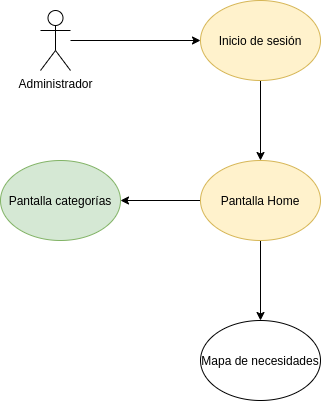
Above: assets/CasoDeUsoEntrega2.png in TTIP-UNQ-Team10/Mapping-Platform-Documentation (draw.io), before the change. Source tidied: cells renumbered, new cells last; positions are measured from the earlier drawing's top-left corner, leaving out a move shared by most shapes. Source of this version:
```xml
<mxGraphModel>
  <root>
    <mxCell id="0" />
    <mxCell id="1" parent="0" />
    <mxCell id="2" style="edgeStyle=orthogonalEdgeStyle;rounded=0;jettySize=auto;html=1;entryX=0;entryY=0.5;entryDx=0;entryDy=0;" parent="1" edge="1" source="3" target="5">
      <mxGeometry relative="1" as="geometry" />
    </mxCell>
    <mxCell id="3" value="Administrador" style="shape=umlActor;verticalLabelPosition=bottom;labelBackgroundColor=#ffffff;verticalAlign=top;html=1;outlineConnect=0;" parent="1" vertex="1">
      <mxGeometry x="40" y="10" width="30" height="60" as="geometry" />
    </mxCell>
    <mxCell id="4" style="edgeStyle=orthogonalEdgeStyle;rounded=0;jettySize=auto;html=1;" parent="1" edge="1" source="5" target="8">
      <mxGeometry relative="1" as="geometry" />
    </mxCell>
    <mxCell id="5" value="Inicio de sesión" style="ellipse;whiteSpace=wrap;html=1;fillColor=#fff2cc;strokeColor=#d6b656;" parent="1" vertex="1">
      <mxGeometry x="200" width="120" height="80" as="geometry" />
    </mxCell>
    <mxCell id="6" style="edgeStyle=orthogonalEdgeStyle;rounded=0;jettySize=auto;html=1;" parent="1" edge="1" source="8" target="10">
      <mxGeometry relative="1" as="geometry" />
    </mxCell>
    <mxCell id="7" style="edgeStyle=orthogonalEdgeStyle;rounded=0;jettySize=auto;html=1;" parent="1" edge="1" source="8" target="9">
      <mxGeometry relative="1" as="geometry" />
    </mxCell>
    <mxCell id="8" value="Pantalla Home" style="ellipse;whiteSpace=wrap;html=1;fillColor=#fff2cc;strokeColor=#d6b656;" parent="1" vertex="1">
      <mxGeometry x="200" y="160" width="120" height="80" as="geometry" />
    </mxCell>
    <mxCell id="9" value="Pantalla categorías" style="ellipse;whiteSpace=wrap;html=1;fillColor=#d5e8d4;strokeColor=#82b366;" parent="1" vertex="1">
      <mxGeometry y="160" width="120" height="80" as="geometry" />
    </mxCell>
    <mxCell id="10" value="Mapa de necesidades" style="ellipse;whiteSpace=wrap;html=1;" parent="1" vertex="1">
      <mxGeometry x="200" y="320" width="120" height="80" as="geometry" />
    </mxCell>
  </root>
</mxGraphModel>
```
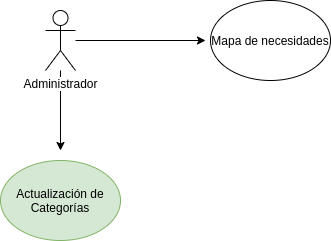
The same file after the commit.

Change to the diagram source:
```diff
@@ -2,32 +2,24 @@
   <root>
     <mxCell id="0" />
     <mxCell id="1" parent="0" />
-    <mxCell id="2" style="edgeStyle=orthogonalEdgeStyle;rounded=0;jettySize=auto;html=1;entryX=0;entryY=0.5;entryDx=0;entryDy=0;" parent="1" edge="1" source="3" target="5">
-      <mxGeometry relative="1" as="geometry" />
+    <mxCell id="2" style="edgeStyle=orthogonalEdgeStyle;rounded=0;jettySize=auto;html=1;entryX=0;entryY=0.5;entryDx=0;entryDy=0;" parent="1" edge="1" source="3">
+      <mxGeometry relative="1" as="geometry">
+        <mxPoint x="200" y="40" as="targetPoint" />
+      </mxGeometry>
     </mxCell>
+    <mxCell id="11" style="edgeStyle=orthogonalEdgeStyle;rounded=0;jettySize=auto;html=1;" parent="1" edge="1" source="3">
+      <mxGeometry relative="1" as="geometry">
+        <mxPoint x="55" y="150" as="targetPoint" />
+      </mxGeometry>
+    </mxCell>
     <mxCell id="3" value="Administrador" style="shape=umlActor;verticalLabelPosition=bottom;labelBackgroundColor=#ffffff;verticalAlign=top;html=1;outlineConnect=0;" parent="1" vertex="1">
       <mxGeometry x="40" y="10" width="30" height="60" as="geometry" />
     </mxCell>
-    <mxCell id="4" style="edgeStyle=orthogonalEdgeStyle;rounded=0;jettySize=auto;html=1;" parent="1" edge="1" source="5" target="8">
-      <mxGeometry relative="1" as="geometry" />
-    </mxCell>
-    <mxCell id="5" value="Inicio de sesión" style="ellipse;whiteSpace=wrap;html=1;fillColor=#fff2cc;strokeColor=#d6b656;" parent="1" vertex="1">
-      <mxGeometry x="200" width="120" height="80" as="geometry" />
-    </mxCell>
-    <mxCell id="6" style="edgeStyle=orthogonalEdgeStyle;rounded=0;jettySize=auto;html=1;" parent="1" edge="1" source="8" target="10">
-      <mxGeometry relative="1" as="geometry" />
-    </mxCell>
-    <mxCell id="7" style="edgeStyle=orthogonalEdgeStyle;rounded=0;jettySize=auto;html=1;" parent="1" edge="1" source="8" target="9">
-      <mxGeometry relative="1" as="geometry" />
-    </mxCell>
-    <mxCell id="8" value="Pantalla Home" style="ellipse;whiteSpace=wrap;html=1;fillColor=#fff2cc;strokeColor=#d6b656;" parent="1" vertex="1">
-      <mxGeometry x="200" y="160" width="120" height="80" as="geometry" />
-    </mxCell>
-    <mxCell id="9" value="Pantalla categorías" style="ellipse;whiteSpace=wrap;html=1;fillColor=#d5e8d4;strokeColor=#82b366;" parent="1" vertex="1">
-      <mxGeometry y="160" width="120" height="80" as="geometry" />
+    <mxCell id="9" value="Actualización de Categorías" style="ellipse;whiteSpace=wrap;html=1;fillColor=#d5e8d4;strokeColor=#82b366;" parent="1" vertex="1">
+      <mxGeometry x="-5" y="160" width="120" height="80" as="geometry" />
     </mxCell>
     <mxCell id="10" value="Mapa de necesidades" style="ellipse;whiteSpace=wrap;html=1;" parent="1" vertex="1">
-      <mxGeometry x="200" y="320" width="120" height="80" as="geometry" />
+      <mxGeometry x="205" width="120" height="80" as="geometry" />
     </mxCell>
   </root>
 </mxGraphModel>
```
